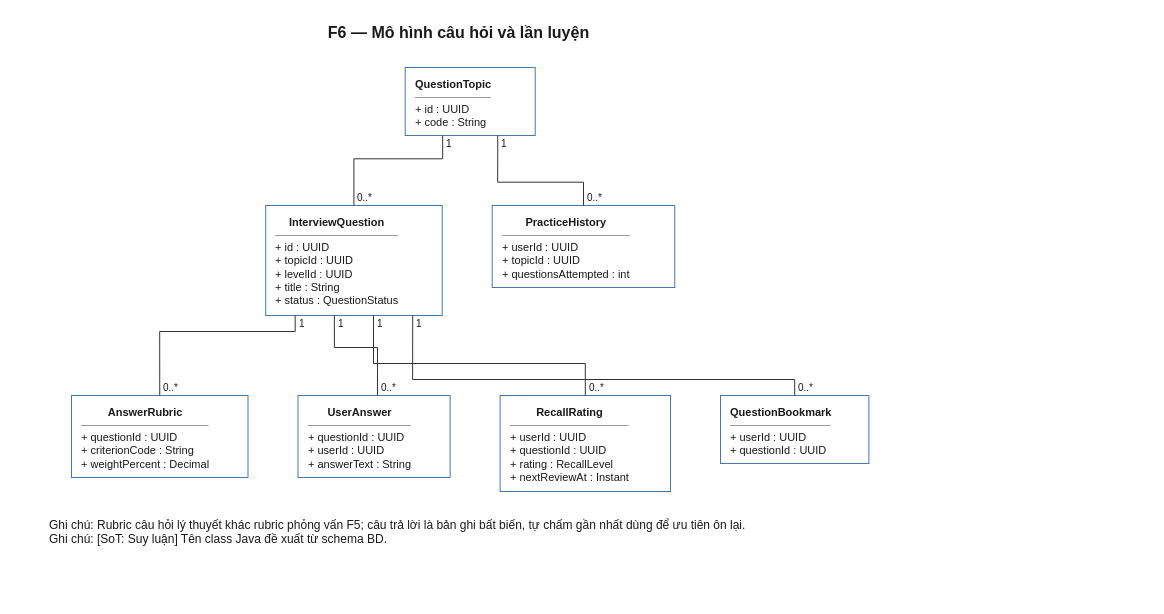
Before: 08-diagram/class/shared/class_shared_interview_bank.drawio in daiphu1801/PRJ_ALGOPREP, a draw.io diagram. Source tidied: cells renumbered, new cells numbered last; positions are measured from the earlier drawing's top-left corner, leaving out a move shared by most shapes. Both pictures are drawn from the tidied source at 100%, with x=0, y=0 at pixel (17, 17).
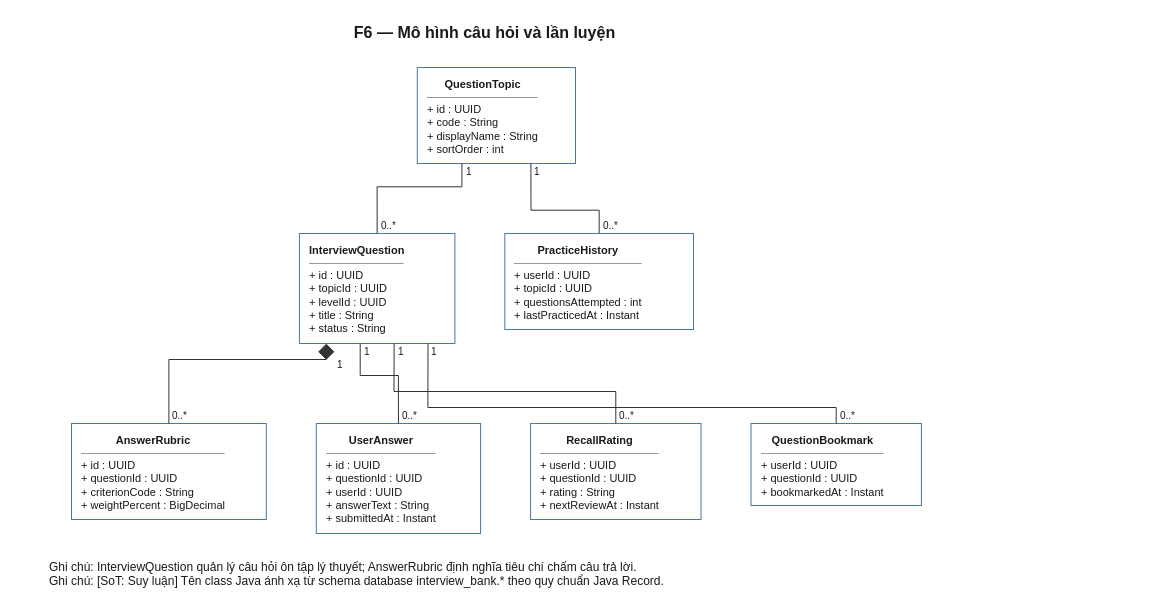
After the change.

Change to the diagram source:
```diff
@@
-    <mxCell id="2" value="&lt;div style=&quot;text-align:center&quot;&gt;&lt;b&gt;QuestionTopic&lt;/b&gt;&lt;/div&gt;&lt;hr size=&quot;1&quot;/&gt;+&amp;nbsp;id&amp;nbsp;:&amp;nbsp;UUID&lt;br&gt;+&amp;nbsp;code&amp;nbsp;:&amp;nbsp;String" style="algoprep=class;rounded=0;whiteSpace=nowrap;html=1;align=left;verticalAlign=top;spacingLeft=8;spacingTop=4;spacingRight=8;fontSize=11;fontFamily=Helvetica;fillColor=#FFFFFF;strokeColor=#4A76A8;fontColor=#1A1A1A;" parent="1" vertex="1">
-      <mxGeometry x="387.7" y="50" width="130" height="68" as="geometry" />
+    <mxCell id="2" value="&lt;div style=&quot;text-align:center&quot;&gt;&lt;b&gt;QuestionTopic&lt;/b&gt;&lt;/div&gt;&lt;hr size=&quot;1&quot;/&gt;+&amp;nbsp;id&amp;nbsp;:&amp;nbsp;UUID&lt;br&gt;+&amp;nbsp;code&amp;nbsp;:&amp;nbsp;String&lt;br&gt;+&amp;nbsp;displayName&amp;nbsp;:&amp;nbsp;String&lt;br&gt;+&amp;nbsp;sortOrder&amp;nbsp;:&amp;nbsp;int" style="algoprep=class;rounded=0;whiteSpace=nowrap;html=1;align=left;verticalAlign=top;spacingLeft=8;spacingTop=4;spacingRight=8;fontSize=11;fontFamily=Helvetica;fillColor=#FFFFFF;strokeColor=#4A76A8;fontColor=#1A1A1A;" parent="1" vertex="1">
+      <mxGeometry x="399.8" y="50" width="158.2" height="96" as="geometry" />
     </mxCell>
-    <mxCell id="3" value="&lt;div style=&quot;text-align:center&quot;&gt;&lt;b&gt;InterviewQuestion&lt;/b&gt;&lt;/div&gt;&lt;hr size=&quot;1&quot;/&gt;+&amp;nbsp;id&amp;nbsp;:&amp;nbsp;UUID&lt;br&gt;+&amp;nbsp;topicId&amp;nbsp;:&amp;nbsp;UUID&lt;br&gt;+&amp;nbsp;levelId&amp;nbsp;:&amp;nbsp;UUID&lt;br&gt;+&amp;nbsp;title&amp;nbsp;:&amp;nbsp;String&lt;br&gt;+&amp;nbsp;status&amp;nbsp;:&amp;nbsp;QuestionStatus" style="algoprep=class;rounded=0;whiteSpace=nowrap;html=1;align=left;verticalAlign=top;spacingLeft=8;spacingTop=4;spacingRight=8;fontSize=11;fontFamily=Helvetica;fillColor=#FFFFFF;strokeColor=#4A76A8;fontColor=#1A1A1A;" parent="1" vertex="1">
-      <mxGeometry x="248.2" y="188" width="176.5" height="110" as="geometry" />
+    <mxCell id="3" value="&lt;div style=&quot;text-align:center&quot;&gt;&lt;b&gt;InterviewQuestion&lt;/b&gt;&lt;/div&gt;&lt;hr size=&quot;1&quot;/&gt;+&amp;nbsp;id&amp;nbsp;:&amp;nbsp;UUID&lt;br&gt;+&amp;nbsp;topicId&amp;nbsp;:&amp;nbsp;UUID&lt;br&gt;+&amp;nbsp;levelId&amp;nbsp;:&amp;nbsp;UUID&lt;br&gt;+&amp;nbsp;title&amp;nbsp;:&amp;nbsp;String&lt;br&gt;+&amp;nbsp;status&amp;nbsp;:&amp;nbsp;String" style="algoprep=class;rounded=0;whiteSpace=nowrap;html=1;align=left;verticalAlign=top;spacingLeft=8;spacingTop=4;spacingRight=8;fontSize=11;fontFamily=Helvetica;fillColor=#FFFFFF;strokeColor=#4A76A8;fontColor=#1A1A1A;" parent="1" vertex="1">
+      <mxGeometry x="281.9" y="216" width="155.5" height="110" as="geometry" />
     </mxCell>
-    <mxCell id="4" value="&lt;div style=&quot;text-align:center&quot;&gt;&lt;b&gt;AnswerRubric&lt;/b&gt;&lt;/div&gt;&lt;hr size=&quot;1&quot;/&gt;+&amp;nbsp;questionId&amp;nbsp;:&amp;nbsp;UUID&lt;br&gt;+&amp;nbsp;criterionCode&amp;nbsp;:&amp;nbsp;String&lt;br&gt;+&amp;nbsp;weightPercent&amp;nbsp;:&amp;nbsp;Decimal" style="algoprep=class;rounded=0;whiteSpace=nowrap;html=1;align=left;verticalAlign=top;spacingLeft=8;spacingTop=4;spacingRight=8;fontSize=11;fontFamily=Helvetica;fillColor=#FFFFFF;strokeColor=#4A76A8;fontColor=#1A1A1A;" parent="1" vertex="1">
-      <mxGeometry x="54" y="378" width="176.5" height="82" as="geometry" />
+    <mxCell id="4" value="&lt;div style=&quot;text-align:center&quot;&gt;&lt;b&gt;AnswerRubric&lt;/b&gt;&lt;/div&gt;&lt;hr size=&quot;1&quot;/&gt;+&amp;nbsp;id&amp;nbsp;:&amp;nbsp;UUID&lt;br&gt;+&amp;nbsp;questionId&amp;nbsp;:&amp;nbsp;UUID&lt;br&gt;+&amp;nbsp;criterionCode&amp;nbsp;:&amp;nbsp;String&lt;br&gt;+&amp;nbsp;weightPercent&amp;nbsp;:&amp;nbsp;BigDecimal" style="algoprep=class;rounded=0;whiteSpace=nowrap;html=1;align=left;verticalAlign=top;spacingLeft=8;spacingTop=4;spacingRight=8;fontSize=11;fontFamily=Helvetica;fillColor=#FFFFFF;strokeColor=#4A76A8;fontColor=#1A1A1A;" parent="1" vertex="1">
+      <mxGeometry x="54" y="406" width="194.8" height="96" as="geometry" />
     </mxCell>
-    <mxCell id="5" value="&lt;div style=&quot;text-align:center&quot;&gt;&lt;b&gt;UserAnswer&lt;/b&gt;&lt;/div&gt;&lt;hr size=&quot;1&quot;/&gt;+&amp;nbsp;questionId&amp;nbsp;:&amp;nbsp;UUID&lt;br&gt;+&amp;nbsp;userId&amp;nbsp;:&amp;nbsp;UUID&lt;br&gt;+&amp;nbsp;answerText&amp;nbsp;:&amp;nbsp;String" style="algoprep=class;rounded=0;whiteSpace=nowrap;html=1;align=left;verticalAlign=top;spacingLeft=8;spacingTop=4;spacingRight=8;fontSize=11;fontFamily=Helvetica;fillColor=#FFFFFF;strokeColor=#4A76A8;fontColor=#1A1A1A;" parent="1" vertex="1">
-      <mxGeometry x="280.5" y="378" width="152.1" height="82" as="geometry" />
+    <mxCell id="5" value="&lt;div style=&quot;text-align:center&quot;&gt;&lt;b&gt;UserAnswer&lt;/b&gt;&lt;/div&gt;&lt;hr size=&quot;1&quot;/&gt;+&amp;nbsp;id&amp;nbsp;:&amp;nbsp;UUID&lt;br&gt;+&amp;nbsp;questionId&amp;nbsp;:&amp;nbsp;UUID&lt;br&gt;+&amp;nbsp;userId&amp;nbsp;:&amp;nbsp;UUID&lt;br&gt;+&amp;nbsp;answerText&amp;nbsp;:&amp;nbsp;String&lt;br&gt;+&amp;nbsp;submittedAt&amp;nbsp;:&amp;nbsp;Instant" style="algoprep=class;rounded=0;whiteSpace=nowrap;html=1;align=left;verticalAlign=top;spacingLeft=8;spacingTop=4;spacingRight=8;fontSize=11;fontFamily=Helvetica;fillColor=#FFFFFF;strokeColor=#4A76A8;fontColor=#1A1A1A;" parent="1" vertex="1">
+      <mxGeometry x="298.8" y="406" width="164.3" height="110" as="geometry" />
     </mxCell>
-    <mxCell id="6" value="&lt;div style=&quot;text-align:center&quot;&gt;&lt;b&gt;PracticeHistory&lt;/b&gt;&lt;/div&gt;&lt;hr size=&quot;1&quot;/&gt;+&amp;nbsp;userId&amp;nbsp;:&amp;nbsp;UUID&lt;br&gt;+&amp;nbsp;topicId&amp;nbsp;:&amp;nbsp;UUID&lt;br&gt;+&amp;nbsp;questionsAttempted&amp;nbsp;:&amp;nbsp;int" style="algoprep=class;rounded=0;whiteSpace=nowrap;html=1;align=left;verticalAlign=top;spacingLeft=8;spacingTop=4;spacingRight=8;fontSize=11;fontFamily=Helvetica;fillColor=#FFFFFF;strokeColor=#4A76A8;fontColor=#1A1A1A;" parent="1" vertex="1">
-      <mxGeometry x="474.7" y="188" width="182.6" height="82" as="geometry" />
+    <mxCell id="6" value="&lt;div style=&quot;text-align:center&quot;&gt;&lt;b&gt;PracticeHistory&lt;/b&gt;&lt;/div&gt;&lt;hr size=&quot;1&quot;/&gt;+&amp;nbsp;userId&amp;nbsp;:&amp;nbsp;UUID&lt;br&gt;+&amp;nbsp;topicId&amp;nbsp;:&amp;nbsp;UUID&lt;br&gt;+&amp;nbsp;questionsAttempted&amp;nbsp;:&amp;nbsp;int&lt;br&gt;+&amp;nbsp;lastPracticedAt&amp;nbsp;:&amp;nbsp;Instant" style="algoprep=class;rounded=0;whiteSpace=nowrap;html=1;align=left;verticalAlign=top;spacingLeft=8;spacingTop=4;spacingRight=8;fontSize=11;fontFamily=Helvetica;fillColor=#FFFFFF;strokeColor=#4A76A8;fontColor=#1A1A1A;" parent="1" vertex="1">
+      <mxGeometry x="487.3" y="216" width="188.7" height="96" as="geometry" />
     </mxCell>
-    <mxCell id="7" value="&lt;div style=&quot;text-align:center&quot;&gt;&lt;b&gt;RecallRating&lt;/b&gt;&lt;/div&gt;&lt;hr size=&quot;1&quot;/&gt;+&amp;nbsp;userId&amp;nbsp;:&amp;nbsp;UUID&lt;br&gt;+&amp;nbsp;questionId&amp;nbsp;:&amp;nbsp;UUID&lt;br&gt;+&amp;nbsp;rating&amp;nbsp;:&amp;nbsp;RecallLevel&lt;br&gt;+&amp;nbsp;nextReviewAt&amp;nbsp;:&amp;nbsp;Instant" style="algoprep=class;rounded=0;whiteSpace=nowrap;html=1;align=left;verticalAlign=top;spacingLeft=8;spacingTop=4;spacingRight=8;fontSize=11;fontFamily=Helvetica;fillColor=#FFFFFF;strokeColor=#4A76A8;fontColor=#1A1A1A;" parent="1" vertex="1">
-      <mxGeometry x="482.6" y="378" width="170.4" height="96" as="geometry" />
+    <mxCell id="7" value="&lt;div style=&quot;text-align:center&quot;&gt;&lt;b&gt;RecallRating&lt;/b&gt;&lt;/div&gt;&lt;hr size=&quot;1&quot;/&gt;+&amp;nbsp;userId&amp;nbsp;:&amp;nbsp;UUID&lt;br&gt;+&amp;nbsp;questionId&amp;nbsp;:&amp;nbsp;UUID&lt;br&gt;+&amp;nbsp;rating&amp;nbsp;:&amp;nbsp;String&lt;br&gt;+&amp;nbsp;nextReviewAt&amp;nbsp;:&amp;nbsp;Instant" style="algoprep=class;rounded=0;whiteSpace=nowrap;html=1;align=left;verticalAlign=top;spacingLeft=8;spacingTop=4;spacingRight=8;fontSize=11;fontFamily=Helvetica;fillColor=#FFFFFF;strokeColor=#4A76A8;fontColor=#1A1A1A;" parent="1" vertex="1">
+      <mxGeometry x="513.1" y="406" width="170.4" height="96" as="geometry" />
     </mxCell>
-    <mxCell id="8" value="&lt;div style=&quot;text-align:center&quot;&gt;&lt;b&gt;QuestionBookmark&lt;/b&gt;&lt;/div&gt;&lt;hr size=&quot;1&quot;/&gt;+&amp;nbsp;userId&amp;nbsp;:&amp;nbsp;UUID&lt;br&gt;+&amp;nbsp;questionId&amp;nbsp;:&amp;nbsp;UUID" style="algoprep=class;rounded=0;whiteSpace=nowrap;html=1;align=left;verticalAlign=top;spacingLeft=8;spacingTop=4;spacingRight=8;fontSize=11;fontFamily=Helvetica;fillColor=#FFFFFF;strokeColor=#4A76A8;fontColor=#1A1A1A;" parent="1" vertex="1">
-      <mxGeometry x="703" y="378" width="148.4" height="68" as="geometry" />
+    <mxCell id="8" value="&lt;div style=&quot;text-align:center&quot;&gt;&lt;b&gt;QuestionBookmark&lt;/b&gt;&lt;/div&gt;&lt;hr size=&quot;1&quot;/&gt;+&amp;nbsp;userId&amp;nbsp;:&amp;nbsp;UUID&lt;br&gt;+&amp;nbsp;questionId&amp;nbsp;:&amp;nbsp;UUID&lt;br&gt;+&amp;nbsp;bookmarkedAt&amp;nbsp;:&amp;nbsp;Instant" style="algoprep=class;rounded=0;whiteSpace=nowrap;html=1;align=left;verticalAlign=top;spacingLeft=8;spacingTop=4;spacingRight=8;fontSize=11;fontFamily=Helvetica;fillColor=#FFFFFF;strokeColor=#4A76A8;fontColor=#1A1A1A;" parent="1" vertex="1">
+      <mxGeometry x="733.5" y="406" width="170.4" height="82" as="geometry" />
     </mxCell>
-    <mxCell id="9" style="html=1;rounded=0;jettySize=auto;fontSize=10;strokeColor=#333333;fontColor=#1A1A1A;labelBackgroundColor=#FFFFFF;exitX=0.288;exitY=1;exitDx=0;exitDy=0;exitPerimeter=0;entryX=0.500;entryY=0;entryDx=0;entryDy=0;entryPerimeter=0;startArrow=none;endArrow=none;" parent="1" edge="1" source="2" target="3">
+    <mxCell id="9" style="html=1;rounded=0;jettySize=auto;fontSize=10;strokeColor=#333333;fontColor=#1A1A1A;labelBackgroundColor=#FFFFFF;exitX=0.282;exitY=1;exitDx=0;exitDy=0;exitPerimeter=0;entryX=0.500;entryY=0;entryDx=0;entryDy=0;entryPerimeter=0;startArrow=none;endArrow=none;" parent="1" edge="1" source="2" target="3">
       <mxGeometry relative="1" as="geometry">
         <Array as="points">
-          <mxPoint x="425.2" y="141.3" />
-          <mxPoint x="336.4" y="141.3" />
+          <mxPoint x="444.4" y="169.3" />
+          <mxPoint x="359.6" y="169.3" />
         </Array>
       </mxGeometry>
     </mxCell>
     <mxCell id="10" value="1" style="text;html=1;fontSize=10;fontColor=#1A1A1A;align=left;verticalAlign=middle;spacing=0;" parent="1" vertex="1">
-      <mxGeometry x="429.2" y="119" width="24" height="14" as="geometry" />
+      <mxGeometry x="448.5" y="147" width="24" height="14" as="geometry" />
     </mxCell>
     <mxCell id="11" value="0..*" style="text;html=1;fontSize=10;fontColor=#1A1A1A;align=left;verticalAlign=middle;spacing=0;" parent="1" vertex="1">
-      <mxGeometry x="340.4" y="173" width="24" height="14" as="geometry" />
+      <mxGeometry x="363.6" y="201" width="24" height="14" as="geometry" />
     </mxCell>
-    <mxCell id="12" style="html=1;rounded=0;jettySize=auto;fontSize=10;strokeColor=#333333;fontColor=#1A1A1A;labelBackgroundColor=#FFFFFF;exitX=0.167;exitY=1;exitDx=0;exitDy=0;exitPerimeter=0;entryX=0.500;entryY=0;entryDx=0;entryDy=0;entryPerimeter=0;startArrow=none;endArrow=none;" parent="1" edge="1" source="3" target="4">
+    <mxCell id="12" style="html=1;rounded=0;jettySize=auto;fontSize=10;strokeColor=#333333;fontColor=#1A1A1A;labelBackgroundColor=#FFFFFF;exitX=0.173;exitY=1;exitDx=0;exitDy=0;exitPerimeter=0;entryX=0.500;entryY=0;entryDx=0;entryDy=0;entryPerimeter=0;startArrow=diamond;startSize=14;startFill=1;endArrow=none;" parent="1" edge="1" source="3" target="4">
       <mxGeometry relative="1" as="geometry">
         <Array as="points">
-          <mxPoint x="277.7" y="314" />
-          <mxPoint x="142.2" y="314" />
+          <mxPoint x="308.8" y="342" />
+          <mxPoint x="151.4" y="342" />
         </Array>
       </mxGeometry>
     </mxCell>
     <mxCell id="13" value="1" style="text;html=1;fontSize=10;fontColor=#1A1A1A;align=left;verticalAlign=middle;spacing=0;" parent="1" vertex="1">
-      <mxGeometry x="281.6" y="299" width="24" height="14" as="geometry" />
+      <mxGeometry x="319.8" y="340" width="24" height="14" as="geometry" />
     </mxCell>
     <mxCell id="14" value="0..*" style="text;html=1;fontSize=10;fontColor=#1A1A1A;align=left;verticalAlign=middle;spacing=0;" parent="1" vertex="1">
-      <mxGeometry x="146.2" y="363" width="24" height="14" as="geometry" />
+      <mxGeometry x="155.4" y="391" width="24" height="14" as="geometry" />
     </mxCell>
-    <mxCell id="15" style="html=1;rounded=0;jettySize=auto;fontSize=10;strokeColor=#333333;fontColor=#1A1A1A;labelBackgroundColor=#FFFFFF;exitX=0.389;exitY=1;exitDx=0;exitDy=0;exitPerimeter=0;entryX=0.523;entryY=0;entryDx=0;entryDy=0;entryPerimeter=0;startArrow=none;endArrow=none;" parent="1" edge="1" source="3" target="5">
+    <mxCell id="15" style="html=1;rounded=0;jettySize=auto;fontSize=10;strokeColor=#333333;fontColor=#1A1A1A;labelBackgroundColor=#FFFFFF;exitX=0.391;exitY=1;exitDx=0;exitDy=0;exitPerimeter=0;entryX=0.500;entryY=0;entryDx=0;entryDy=0;entryPerimeter=0;startArrow=none;endArrow=none;" parent="1" edge="1" source="3" target="5">
       <mxGeometry relative="1" as="geometry">
         <Array as="points">
-          <mxPoint x="316.9" y="330" />
-          <mxPoint x="360" y="330" />
+          <mxPoint x="342.7" y="358" />
+          <mxPoint x="380.9" y="358" />
         </Array>
       </mxGeometry>
     </mxCell>
     <mxCell id="16" value="1" style="text;html=1;fontSize=10;fontColor=#1A1A1A;align=left;verticalAlign=middle;spacing=0;" parent="1" vertex="1">
-      <mxGeometry x="320.8" y="299" width="24" height="14" as="geometry" />
+      <mxGeometry x="346.7" y="327" width="24" height="14" as="geometry" />
     </mxCell>
     <mxCell id="17" value="0..*" style="text;html=1;fontSize=10;fontColor=#1A1A1A;align=left;verticalAlign=middle;spacing=0;" parent="1" vertex="1">
-      <mxGeometry x="364" y="363" width="24" height="14" as="geometry" />
+      <mxGeometry x="384.9" y="391" width="24" height="14" as="geometry" />
     </mxCell>
-    <mxCell id="18" style="html=1;rounded=0;jettySize=auto;fontSize=10;strokeColor=#333333;fontColor=#1A1A1A;labelBackgroundColor=#FFFFFF;exitX=0.611;exitY=1;exitDx=0;exitDy=0;exitPerimeter=0;entryX=0.500;entryY=0;entryDx=0;entryDy=0;entryPerimeter=0;startArrow=none;endArrow=none;" parent="1" edge="1" source="3" target="7">
+    <mxCell id="18" style="html=1;rounded=0;jettySize=auto;fontSize=10;strokeColor=#333333;fontColor=#1A1A1A;labelBackgroundColor=#FFFFFF;exitX=0.609;exitY=1;exitDx=0;exitDy=0;exitPerimeter=0;entryX=0.500;entryY=0;entryDx=0;entryDy=0;entryPerimeter=0;startArrow=none;endArrow=none;" parent="1" edge="1" source="3" target="7">
       <mxGeometry relative="1" as="geometry">
         <Array as="points">
-          <mxPoint x="356" y="346" />
-          <mxPoint x="567.8" y="346" />
+          <mxPoint x="376.5" y="374" />
+          <mxPoint x="598.3" y="374" />
         </Array>
       </mxGeometry>
     </mxCell>
     <mxCell id="19" value="1" style="text;html=1;fontSize=10;fontColor=#1A1A1A;align=left;verticalAlign=middle;spacing=0;" parent="1" vertex="1">
-      <mxGeometry x="360" y="299" width="24" height="14" as="geometry" />
+      <mxGeometry x="380.5" y="327" width="24" height="14" as="geometry" />
     </mxCell>
     <mxCell id="20" value="0..*" style="text;html=1;fontSize=10;fontColor=#1A1A1A;align=left;verticalAlign=middle;spacing=0;" parent="1" vertex="1">
-      <mxGeometry x="571.8" y="363" width="24" height="14" as="geometry" />
+      <mxGeometry x="602.3" y="391" width="24" height="14" as="geometry" />
     </mxCell>
-    <mxCell id="21" style="html=1;rounded=0;jettySize=auto;fontSize=10;strokeColor=#333333;fontColor=#1A1A1A;labelBackgroundColor=#FFFFFF;exitX=0.833;exitY=1;exitDx=0;exitDy=0;exitPerimeter=0;entryX=0.500;entryY=0;entryDx=0;entryDy=0;entryPerimeter=0;startArrow=none;endArrow=none;" parent="1" edge="1" source="3" target="8">
+    <mxCell id="21" style="html=1;rounded=0;jettySize=auto;fontSize=10;strokeColor=#333333;fontColor=#1A1A1A;labelBackgroundColor=#FFFFFF;exitX=0.827;exitY=1;exitDx=0;exitDy=0;exitPerimeter=0;entryX=0.500;entryY=0;entryDx=0;entryDy=0;entryPerimeter=0;startArrow=none;endArrow=none;" parent="1" edge="1" source="3" target="8">
       <mxGeometry relative="1" as="geometry">
         <Array as="points">
-          <mxPoint x="395.1" y="362" />
-          <mxPoint x="777.2" y="362" />
+          <mxPoint x="410.4" y="390" />
+          <mxPoint x="818.7" y="390" />
         </Array>
       </mxGeometry>
     </mxCell>
     <mxCell id="22" value="1" style="text;html=1;fontSize=10;fontColor=#1A1A1A;align=left;verticalAlign=middle;spacing=0;" parent="1" vertex="1">
-      <mxGeometry x="399.2" y="299" width="24" height="14" as="geometry" />
+      <mxGeometry x="414.4" y="327" width="24" height="14" as="geometry" />
     </mxCell>
     <mxCell id="23" value="0..*" style="text;html=1;fontSize=10;fontColor=#1A1A1A;align=left;verticalAlign=middle;spacing=0;" parent="1" vertex="1">
-      <mxGeometry x="781.2" y="363" width="24" height="14" as="geometry" />
+      <mxGeometry x="822.7" y="391" width="24" height="14" as="geometry" />
     </mxCell>
-    <mxCell id="24" style="html=1;rounded=0;jettySize=auto;fontSize=10;strokeColor=#333333;fontColor=#1A1A1A;labelBackgroundColor=#FFFFFF;exitX=0.712;exitY=1;exitDx=0;exitDy=0;exitPerimeter=0;entryX=0.500;entryY=0;entryDx=0;entryDy=0;entryPerimeter=0;startArrow=none;endArrow=none;" parent="1" edge="1" source="2" target="6">
+    <mxCell id="24" style="html=1;rounded=0;jettySize=auto;fontSize=10;strokeColor=#333333;fontColor=#1A1A1A;labelBackgroundColor=#FFFFFF;exitX=0.718;exitY=1;exitDx=0;exitDy=0;exitPerimeter=0;entryX=0.500;entryY=0;entryDx=0;entryDy=0;entryPerimeter=0;startArrow=none;endArrow=none;" parent="1" edge="1" source="2" target="6">
       <mxGeometry relative="1" as="geometry">
         <Array as="points">
-          <mxPoint x="480.2" y="164.7" />
-          <mxPoint x="566" y="164.7" />
+          <mxPoint x="513.5" y="192.7" />
+          <mxPoint x="581.7" y="192.7" />
         </Array>
       </mxGeometry>
     </mxCell>
     <mxCell id="25" value="1" style="text;html=1;fontSize=10;fontColor=#1A1A1A;align=left;verticalAlign=middle;spacing=0;" parent="1" vertex="1">
-      <mxGeometry x="484.3" y="119" width="24" height="14" as="geometry" />
+      <mxGeometry x="517.4" y="147" width="24" height="14" as="geometry" />
     </mxCell>
     <mxCell id="26" value="0..*" style="text;html=1;fontSize=10;fontColor=#1A1A1A;align=left;verticalAlign=middle;spacing=0;" parent="1" vertex="1">
-      <mxGeometry x="570" y="173" width="24" height="14" as="geometry" />
+      <mxGeometry x="585.7" y="201" width="24" height="14" as="geometry" />
     </mxCell>
     <mxCell id="27" value="F6 — Mô hình câu hỏi và lần luyện" style="text;html=1;fontSize=16;fontStyle=1;align=center;verticalAlign=middle;fontColor=#1A1A1A;" parent="1" vertex="1">
-      <mxGeometry width="881.4" height="30" as="geometry" />
+      <mxGeometry width="933.9" height="30" as="geometry" />
     </mxCell>
-    <mxCell id="28" value="Ghi chú: Rubric câu hỏi lý thuyết khác rubric phỏng vấn F5; câu trả lời là bản ghi bất biến, tự chấm gần nhất dùng để ưu tiên ôn lại.&lt;br&gt;Ghi chú: [SoT: Suy luận] Tên class Java đề xuất từ schema BD." style="text;html=1;align=left;verticalAlign=top;fontSize=12;fontColor=#1A1A1A;" parent="1" vertex="1">
-      <mxGeometry x="30" y="494" width="1100" height="44" as="geometry" />
+    <mxCell id="28" value="Ghi chú: InterviewQuestion quản lý câu hỏi ôn tập lý thuyết; AnswerRubric định nghĩa tiêu chí chấm câu trả lời.&lt;br&gt;Ghi chú: [SoT: Suy luận] Tên class Java ánh xạ từ schema database interview_bank.* theo quy chuẩn Java Record." style="text;html=1;align=left;verticalAlign=top;fontSize=12;fontColor=#1A1A1A;" parent="1" vertex="1">
+      <mxGeometry x="30" y="536" width="1100" height="44" as="geometry" />
     </mxCell>
```
